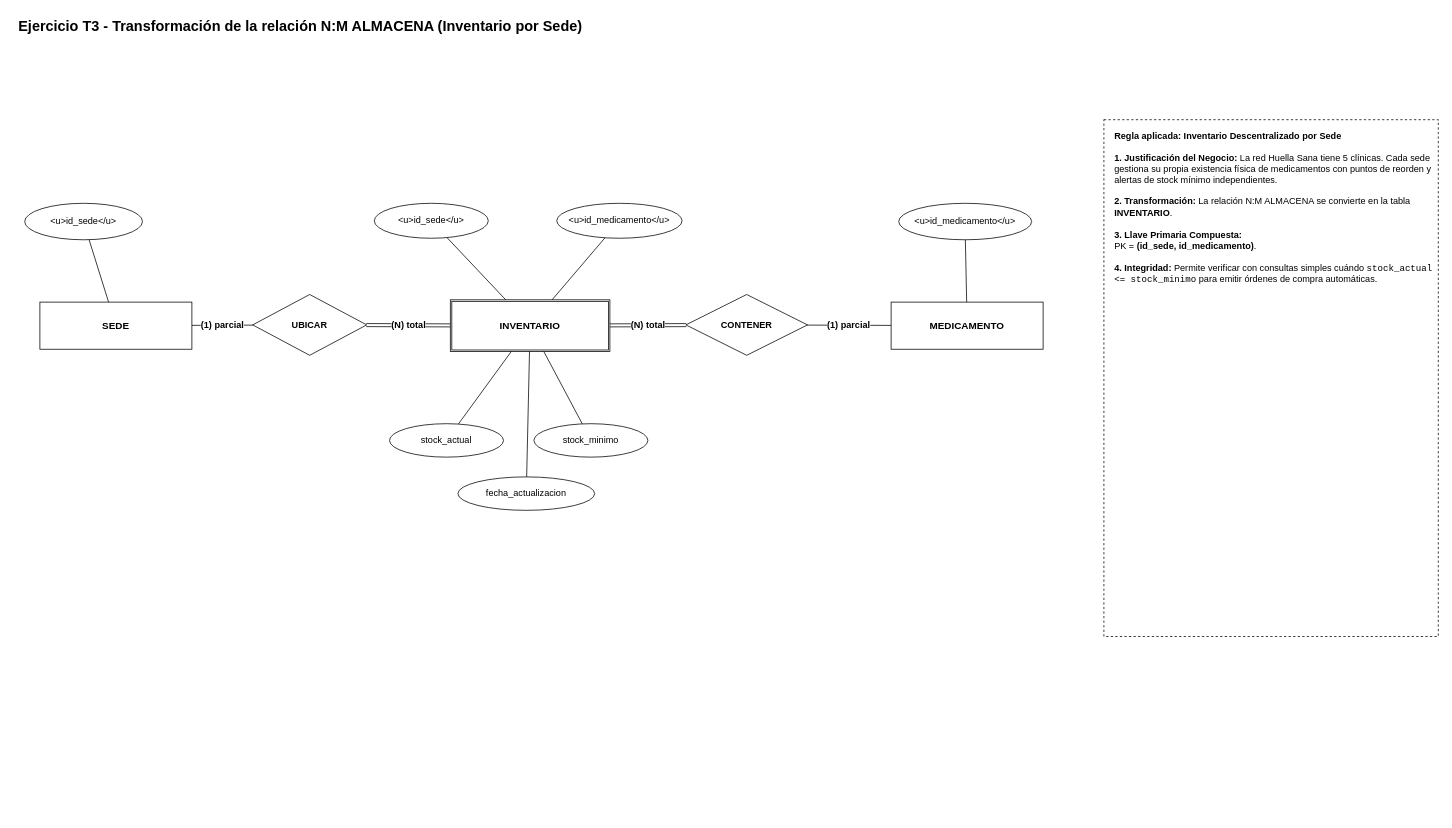
Before: documentos/fase1/diagramas_drawio/07_Transformacion_NM_INVENTARIO.drawio in Estarlan/proyecto-bd1-sigevet, a draw.io diagram. Source tidied: cells renumbered, new cells numbered last; positions are measured from the earlier drawing's top-left corner, leaving out a move shared by most shapes. Both pictures are drawn from the tidied source at 76%, with x=0, y=0 at pixel (17, 13).
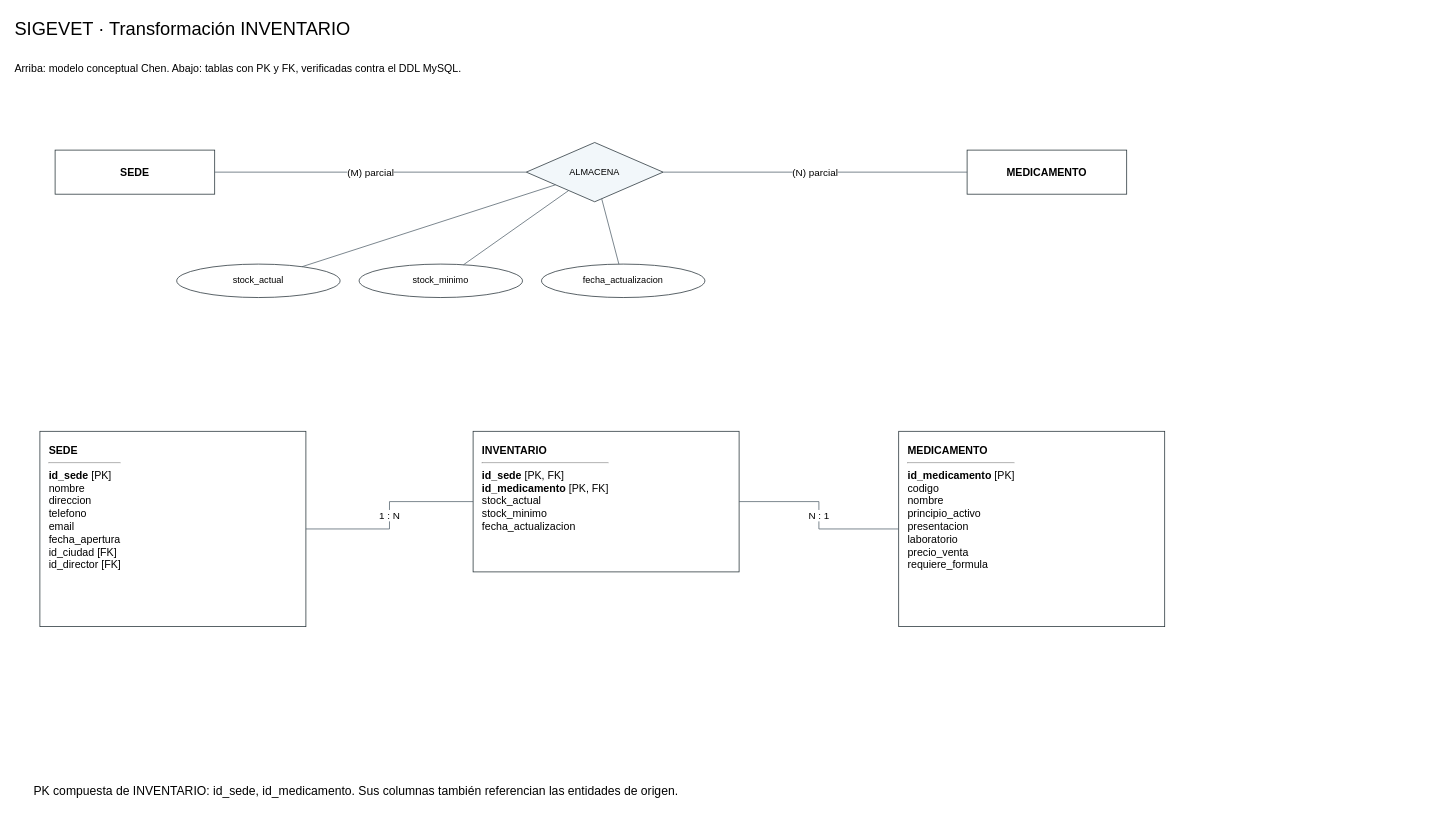
The same diagram, later.

What changed in the source:
```diff
@@
-<mxGraphModel>
+<mxGraphModel background="#ffffff">
@@
-    <mxCell id="2" value="Ejercicio T3 - Transformación de la relación N:M ALMACENA (Inventario por Sede)" style="text;html=1;align=left;fontSize=19;fontStyle=1;" parent="1" vertex="1">
-      <mxGeometry width="1500" height="34" as="geometry" />
-    </mxCell>
+    <mxCell id="27" value="SIGEVET · Transformación INVENTARIO" style="html=1;whiteSpace=wrap;fontFamily=Arial;fontSize=14;strokeColor=#263238;fillColor=#ffffff;text;strokeColor=none;fillColor=none;align=left;verticalAlign=middle;fontSize=24;" parent="1" vertex="1">
+      <mxGeometry x="-5" width="1560" height="42" as="geometry" />
+    </mxCell>
+    <mxCell id="28" value="Arriba: modelo conceptual Chen. Abajo: tablas con PK y FK, verificadas contra el DDL MySQL." style="html=1;whiteSpace=wrap;fontFamily=Arial;fontSize=14;strokeColor=#263238;fillColor=#ffffff;text;strokeColor=none;fillColor=none;align=left;verticalAlign=middle;fontSize=14;" parent="1" vertex="1">
+      <mxGeometry x="-5" y="45" width="1560" height="55" as="geometry" />
+    </mxCell>
-    <mxCell id="3" value="SEDE" style="rounded=0;whiteSpace=wrap;html=1;fillColor=none;fontSize=13;fontStyle=1;" parent="1" vertex="1">
-      <mxGeometry x="30" y="380" width="200" height="62" as="geometry" />
+    <mxCell id="3" value="SEDE" style="html=1;whiteSpace=wrap;fontFamily=Arial;fontSize=14;strokeColor=#263238;fillColor=#ffffff;rounded=0;fontStyle=1;" parent="1" vertex="1">
+      <mxGeometry x="50" y="180" width="210" height="58" as="geometry" />
     </mxCell>
-    <mxCell id="4" value="&amp;lt;u&amp;gt;id_sede&amp;lt;/u&amp;gt;" style="ellipse;whiteSpace=wrap;html=1;fillColor=none;fontSize=12;" parent="1" vertex="1">
-      <mxGeometry x="10" y="250" width="155" height="48" as="geometry" />
-    </mxCell>
-    <mxCell id="5" style="html=1;endArrow=none;fontSize=12;fontStyle=1;" parent="1" edge="1" source="4" target="3">
-      <mxGeometry relative="1" as="geometry" />
-    </mxCell>
-    <mxCell id="6" value="UBICAR" style="rhombus;whiteSpace=wrap;html=1;fillColor=none;fontSize=12;fontStyle=1;" parent="1" vertex="1">
-      <mxGeometry x="310" y="370" width="150" height="80" as="geometry" />
-    </mxCell>
-    <mxCell id="7" value="(1) parcial" style="html=1;endArrow=none;fontSize=12;fontStyle=1;" parent="1" edge="1" source="3" target="6">
-      <mxGeometry relative="1" as="geometry" />
-    </mxCell>
-    <mxCell id="8" value="INVENTARIO" style="shape=ext;double=1;whiteSpace=wrap;html=1;fillColor=none;fontSize=13;fontStyle=1;" parent="1" vertex="1">
-      <mxGeometry x="570" y="377" width="210" height="68" as="geometry" />
-    </mxCell>
-    <mxCell id="9" value="(N) total" style="shape=link;html=1;endArrow=none;fontSize=12;fontStyle=1;" parent="1" edge="1" source="6" target="8">
-      <mxGeometry relative="1" as="geometry" />
-    </mxCell>
-    <mxCell id="10" value="CONTENER" style="rhombus;whiteSpace=wrap;html=1;fillColor=none;fontSize=12;fontStyle=1;" parent="1" vertex="1">
-      <mxGeometry x="880" y="370" width="160" height="80" as="geometry" />
-    </mxCell>
-    <mxCell id="11" value="(N) total" style="shape=link;html=1;endArrow=none;fontSize=12;fontStyle=1;" parent="1" edge="1" source="8" target="10">
-      <mxGeometry relative="1" as="geometry" />
-    </mxCell>
-    <mxCell id="12" value="MEDICAMENTO" style="rounded=0;whiteSpace=wrap;html=1;fillColor=none;fontSize=13;fontStyle=1;" parent="1" vertex="1">
-      <mxGeometry x="1150" y="380" width="200" height="62" as="geometry" />
+    <mxCell id="12" value="MEDICAMENTO" style="html=1;whiteSpace=wrap;fontFamily=Arial;fontSize=14;strokeColor=#263238;fillColor=#ffffff;rounded=0;fontStyle=1;" parent="1" vertex="1">
+      <mxGeometry x="1250" y="180" width="210" height="58" as="geometry" />
     </mxCell>
-    <mxCell id="13" value="(1) parcial" style="html=1;endArrow=none;fontSize=12;fontStyle=1;" parent="1" edge="1" source="10" target="12">
-      <mxGeometry relative="1" as="geometry" />
-    </mxCell>
-    <mxCell id="14" value="&amp;lt;u&amp;gt;id_medicamento&amp;lt;/u&amp;gt;" style="ellipse;whiteSpace=wrap;html=1;fillColor=none;fontSize=12;" parent="1" vertex="1">
-      <mxGeometry x="1160" y="250" width="175" height="48" as="geometry" />
-    </mxCell>
-    <mxCell id="15" style="html=1;endArrow=none;fontSize=12;fontStyle=1;" parent="1" edge="1" source="14" target="12">
-      <mxGeometry relative="1" as="geometry" />
-    </mxCell>
-    <mxCell id="16" value="&amp;lt;u&amp;gt;id_sede&amp;lt;/u&amp;gt;" style="ellipse;whiteSpace=wrap;html=1;fillColor=none;fontSize=12;" parent="1" vertex="1">
-      <mxGeometry x="470" y="250" width="150" height="46" as="geometry" />
-    </mxCell>
-    <mxCell id="17" value="&amp;lt;u&amp;gt;id_medicamento&amp;lt;/u&amp;gt;" style="ellipse;whiteSpace=wrap;html=1;fillColor=none;fontSize=12;" parent="1" vertex="1">
-      <mxGeometry x="710" y="250" width="165" height="46" as="geometry" />
-    </mxCell>
-    <mxCell id="18" style="html=1;endArrow=none;fontSize=12;fontStyle=1;" parent="1" edge="1" source="16" target="8">
-      <mxGeometry relative="1" as="geometry" />
-    </mxCell>
-    <mxCell id="19" style="html=1;endArrow=none;fontSize=12;fontStyle=1;" parent="1" edge="1" source="17" target="8">
-      <mxGeometry relative="1" as="geometry" />
-    </mxCell>
+    <mxCell id="29" value="ALMACENA" style="html=1;whiteSpace=wrap;fontFamily=Arial;fontSize=14;strokeColor=#263238;fillColor=#ffffff;rhombus;fontSize=12;fillColor=#f2f7fa;" parent="1" vertex="1">
+      <mxGeometry x="670" y="170" width="180" height="78" as="geometry" />
+    </mxCell>
+    <mxCell id="30" value="(M) parcial" style="html=1;endArrow=none;startArrow=none;fontFamily=Arial;fontSize=13;labelBackgroundColor=#ffffff;strokeColor=#52616b;rounded=0;jumpStyle=arc;" parent="1" edge="1" source="3" target="29">
+      <mxGeometry relative="1" as="geometry" />
+    </mxCell>
+    <mxCell id="31" value="(N) parcial" style="html=1;endArrow=none;startArrow=none;fontFamily=Arial;fontSize=13;labelBackgroundColor=#ffffff;strokeColor=#52616b;rounded=0;jumpStyle=arc;" parent="1" edge="1" source="29" target="12">
+      <mxGeometry relative="1" as="geometry" />
+    </mxCell>
-    <mxCell id="20" value="stock_actual" style="ellipse;whiteSpace=wrap;html=1;fillColor=none;fontSize=12;" parent="1" vertex="1">
-      <mxGeometry x="490" y="540" width="150" height="44" as="geometry" />
+    <mxCell id="20" value="stock_actual" style="html=1;whiteSpace=wrap;fontFamily=Arial;fontSize=14;strokeColor=#263238;fillColor=#ffffff;ellipse;fontSize=12;" parent="1" vertex="1">
+      <mxGeometry x="210" y="330" width="215" height="44" as="geometry" />
     </mxCell>
+    <mxCell id="32" style="html=1;endArrow=none;startArrow=none;fontFamily=Arial;fontSize=13;labelBackgroundColor=#ffffff;strokeColor=#52616b;rounded=0;jumpStyle=arc;" parent="1" edge="1" source="29" target="20">
+      <mxGeometry relative="1" as="geometry" />
+    </mxCell>
-    <mxCell id="21" value="stock_minimo" style="ellipse;whiteSpace=wrap;html=1;fillColor=none;fontSize=12;" parent="1" vertex="1">
-      <mxGeometry x="680" y="540" width="150" height="44" as="geometry" />
+    <mxCell id="21" value="stock_minimo" style="html=1;whiteSpace=wrap;fontFamily=Arial;fontSize=14;strokeColor=#263238;fillColor=#ffffff;ellipse;fontSize=12;" parent="1" vertex="1">
+      <mxGeometry x="450" y="330" width="215" height="44" as="geometry" />
     </mxCell>
+    <mxCell id="33" style="html=1;endArrow=none;startArrow=none;fontFamily=Arial;fontSize=13;labelBackgroundColor=#ffffff;strokeColor=#52616b;rounded=0;jumpStyle=arc;" parent="1" edge="1" source="29" target="21">
+      <mxGeometry relative="1" as="geometry" />
+    </mxCell>
-    <mxCell id="22" value="fecha_actualizacion" style="ellipse;whiteSpace=wrap;html=1;fillColor=none;fontSize=12;" parent="1" vertex="1">
-      <mxGeometry x="580" y="610" width="180" height="44" as="geometry" />
+    <mxCell id="22" value="fecha_actualizacion" style="html=1;whiteSpace=wrap;fontFamily=Arial;fontSize=14;strokeColor=#263238;fillColor=#ffffff;ellipse;fontSize=12;" parent="1" vertex="1">
+      <mxGeometry x="690" y="330" width="215" height="44" as="geometry" />
     </mxCell>
-    <mxCell id="23" style="html=1;endArrow=none;fontSize=12;fontStyle=1;" parent="1" edge="1" source="20" target="8">
-      <mxGeometry relative="1" as="geometry" />
-    </mxCell>
-    <mxCell id="24" style="html=1;endArrow=none;fontSize=12;fontStyle=1;" parent="1" edge="1" source="21" target="8">
-      <mxGeometry relative="1" as="geometry" />
-    </mxCell>
-    <mxCell id="25" style="html=1;endArrow=none;fontSize=12;fontStyle=1;" parent="1" edge="1" source="22" target="8">
-      <mxGeometry relative="1" as="geometry" />
-    </mxCell>
-    <mxCell id="26" value="&lt;b&gt;Regla aplicada: Inventario Descentralizado por Sede&lt;/b&gt;&lt;br&gt;&lt;br&gt;&lt;b&gt;1. Justificación del Negocio:&lt;/b&gt; La red Huella Sana tiene 5 clínicas. Cada sede gestiona su propia existencia física de medicamentos con puntos de reorden y alertas de stock mínimo independientes.&lt;br&gt;&lt;br&gt;&lt;b&gt;2. Transformación:&lt;/b&gt; La relación N:M ALMACENA se convierte en la tabla &lt;b&gt;INVENTARIO&lt;/b&gt;.&lt;br&gt;&lt;br&gt;&lt;b&gt;3. Llave Primaria Compuesta:&lt;/b&gt;&lt;br&gt;PK = &lt;b&gt;(id_sede, id_medicamento)&lt;/b&gt;.&lt;br&gt;&lt;br&gt;&lt;b&gt;4. Integridad:&lt;/b&gt; Permite verificar con consultas simples cuándo &lt;code&gt;stock_actual &amp;lt;= stock_minimo&lt;/code&gt; para emitir órdenes de compra automáticas." style="rounded=0;whiteSpace=wrap;html=1;align=left;verticalAlign=top;spacingLeft=12;spacingTop=8;fillColor=none;dashed=1;fontSize=12;" parent="1" vertex="1">
-      <mxGeometry x="1430" y="140" width="440" height="680" as="geometry" />
-    </mxCell>
+    <mxCell id="34" style="html=1;endArrow=none;startArrow=none;fontFamily=Arial;fontSize=13;labelBackgroundColor=#ffffff;strokeColor=#52616b;rounded=0;jumpStyle=arc;" parent="1" edge="1" source="29" target="22">
+      <mxGeometry relative="1" as="geometry" />
+    </mxCell>
+    <mxCell id="35" value="&lt;b&gt;SEDE&lt;/b&gt;&lt;hr&gt;&lt;b&gt;id_sede&lt;/b&gt; [PK]&lt;br&gt;nombre&lt;br&gt;direccion&lt;br&gt;telefono&lt;br&gt;email&lt;br&gt;fecha_apertura&lt;br&gt;id_ciudad [FK]&lt;br&gt;id_director [FK]" style="html=1;whiteSpace=wrap;fontFamily=Arial;fontSize=14;strokeColor=#263238;fillColor=#ffffff;align=left;verticalAlign=top;spacing=12;" parent="1" vertex="1">
+      <mxGeometry x="30" y="550" width="350" height="257" as="geometry" />
+    </mxCell>
+    <mxCell id="36" value="&lt;b&gt;MEDICAMENTO&lt;/b&gt;&lt;hr&gt;&lt;b&gt;id_medicamento&lt;/b&gt; [PK]&lt;br&gt;codigo&lt;br&gt;nombre&lt;br&gt;principio_activo&lt;br&gt;presentacion&lt;br&gt;laboratorio&lt;br&gt;precio_venta&lt;br&gt;requiere_formula" style="html=1;whiteSpace=wrap;fontFamily=Arial;fontSize=14;strokeColor=#263238;fillColor=#ffffff;align=left;verticalAlign=top;spacing=12;" parent="1" vertex="1">
+      <mxGeometry x="1160" y="550" width="350" height="257" as="geometry" />
+    </mxCell>
+    <mxCell id="37" value="&lt;b&gt;INVENTARIO&lt;/b&gt;&lt;hr&gt;&lt;b&gt;id_sede&lt;/b&gt; [PK, FK]&lt;br&gt;&lt;b&gt;id_medicamento&lt;/b&gt; [PK, FK]&lt;br&gt;stock_actual&lt;br&gt;stock_minimo&lt;br&gt;fecha_actualizacion" style="html=1;whiteSpace=wrap;fontFamily=Arial;fontSize=14;strokeColor=#263238;fillColor=#ffffff;align=left;verticalAlign=top;spacing=12;" parent="1" vertex="1">
+      <mxGeometry x="600" y="550" width="350" height="185" as="geometry" />
+    </mxCell>
+    <mxCell id="38" value="1 : N" style="html=1;endArrow=none;startArrow=none;fontFamily=Arial;fontSize=13;labelBackgroundColor=#ffffff;strokeColor=#52616b;rounded=0;jumpStyle=arc;edgeStyle=orthogonalEdgeStyle;" parent="1" edge="1" source="35" target="37">
+      <mxGeometry relative="1" as="geometry" />
+    </mxCell>
+    <mxCell id="39" value="N : 1" style="html=1;endArrow=none;startArrow=none;fontFamily=Arial;fontSize=13;labelBackgroundColor=#ffffff;strokeColor=#52616b;rounded=0;jumpStyle=arc;edgeStyle=orthogonalEdgeStyle;" parent="1" edge="1" source="37" target="36">
+      <mxGeometry relative="1" as="geometry" />
+    </mxCell>
+    <mxCell id="40" value="PK compuesta de INVENTARIO: id_sede, id_medicamento. Sus columnas también referencian las entidades de origen." style="html=1;whiteSpace=wrap;fontFamily=Arial;fontSize=14;strokeColor=#263238;fillColor=#ffffff;text;strokeColor=none;fillColor=none;align=left;verticalAlign=middle;fontSize=16;" parent="1" vertex="1">
+      <mxGeometry x="20" y="990" width="1500" height="65" as="geometry" />
+    </mxCell>
```
